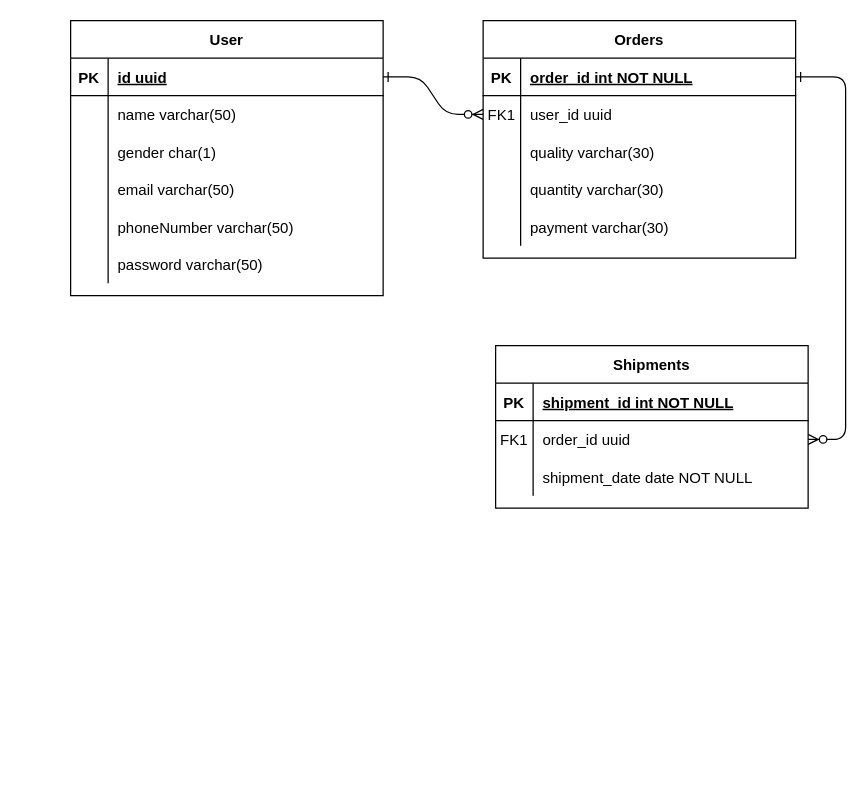
Above: src/main/resources/Untitled Diagram.drawio in IgiranezaMichel/gold-mining-app-backend (draw.io), before the change. Source tidied: cells renumbered, new cells numbered last; positions are measured from the earlier drawing's top-left corner, leaving out a move shared by most shapes. Both pictures are drawn from the tidied source at 125%, with x=0, y=0 at pixel (70, 20).
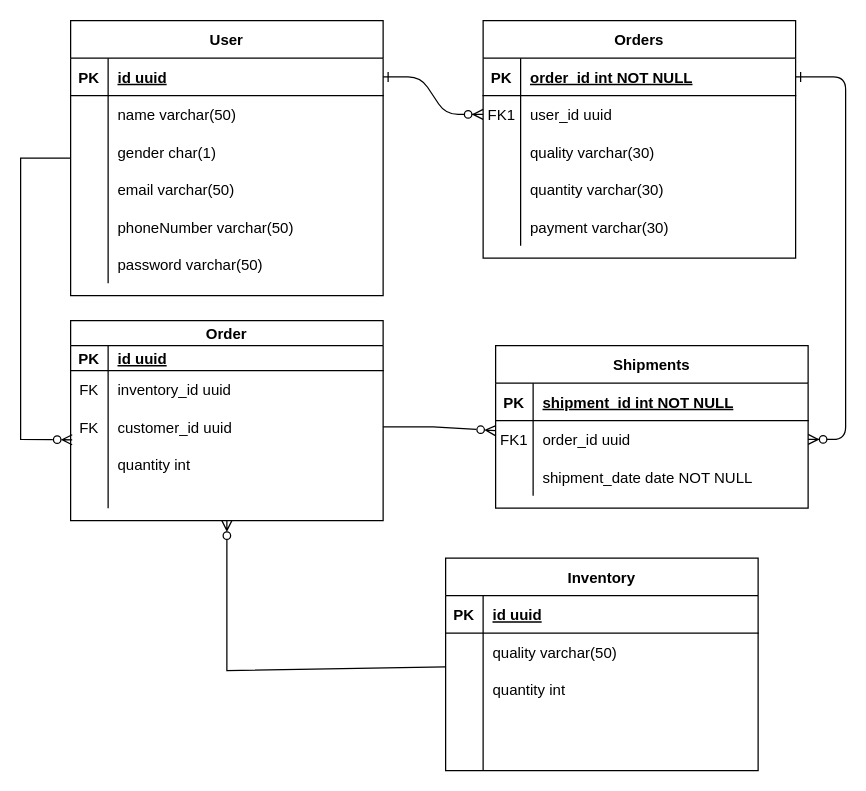
The same page after the edit.

Commit message:
finalize entities

The change refers to these unchanged cells:
```xml
<mxCell id="30" value="User" style="shape=table;startSize=30;childLayout=tableLayout;rowLines=0;fontStyle=1;align=center;" parent="1" vertex="1">
  <mxGeometry width="250" height="220" as="geometry" />
</mxCell>
```

Diff of the diagram source:
```diff
@@
+    <mxCell id="49" style="edgeStyle=none;rounded=0;jettySize=auto;html=1;endArrow=ERzeroToMany;endFill=0;" parent="1" edge="1" source="50" target="66">
+      <mxGeometry relative="1" as="geometry">
+        <Array as="points">
+          <mxPoint x="125" y="520" />
+        </Array>
+      </mxGeometry>
+    </mxCell>
+    <mxCell id="50" value="Inventory" style="shape=table;startSize=30;childLayout=tableLayout;rowLines=0;fontStyle=1;align=center;" parent="1" vertex="1">
+      <mxGeometry x="300" y="430" width="250" height="170" as="geometry" />
+    </mxCell>
+    <mxCell id="51" style="shape=partialRectangle;fillColor=none;top=0;left=0;right=0;bottom=1;" parent="50" vertex="1">
+      <mxGeometry y="30" width="250" height="30" as="geometry" />
+    </mxCell>
+    <mxCell id="52" value="PK" style="shape=partialRectangle;overflow=hidden;fillColor=none;top=0;left=0;bottom=0;right=0;fontStyle=1;" parent="51" vertex="1">
+      <mxGeometry width="30" height="30" as="geometry" />
+    </mxCell>
+    <mxCell id="53" value="id uuid" style="shape=partialRectangle;overflow=hidden;fillColor=none;top=0;left=0;bottom=0;right=0;align=left;spacingLeft=6;fontStyle=5;" parent="51" vertex="1">
+      <mxGeometry x="30" width="220" height="30" as="geometry" />
+    </mxCell>
+    <mxCell id="54" style="shape=partialRectangle;fillColor=none;top=0;left=0;right=0;bottom=0;" parent="50" vertex="1">
+      <mxGeometry y="60" width="250" height="30" as="geometry" />
+    </mxCell>
+    <mxCell id="55" style="shape=partialRectangle;overflow=hidden;fillColor=none;top=0;left=0;bottom=0;right=0;" parent="54" vertex="1">
+      <mxGeometry width="30" height="30" as="geometry" />
+    </mxCell>
+    <mxCell id="56" value="quality varchar(50)" style="shape=partialRectangle;overflow=hidden;fillColor=none;top=0;left=0;bottom=0;right=0;align=left;spacingLeft=6;" parent="54" vertex="1">
+      <mxGeometry x="30" width="220" height="30" as="geometry" />
+    </mxCell>
+    <mxCell id="57" style="shape=partialRectangle;fillColor=none;top=0;left=0;right=0;bottom=0;" parent="50" vertex="1">
+      <mxGeometry y="90" width="250" height="30" as="geometry" />
+    </mxCell>
+    <mxCell id="58" style="shape=partialRectangle;overflow=hidden;fillColor=none;top=0;left=0;bottom=0;right=0;" parent="57" vertex="1">
+      <mxGeometry width="30" height="30" as="geometry" />
+    </mxCell>
+    <mxCell id="59" value="quantity int" style="shape=partialRectangle;overflow=hidden;fillColor=none;top=0;left=0;bottom=0;right=0;align=left;spacingLeft=6;" parent="57" vertex="1">
+      <mxGeometry x="30" width="220" height="30" as="geometry" />
+    </mxCell>
+    <mxCell id="60" style="shape=partialRectangle;fillColor=none;top=0;left=0;right=0;bottom=0;" parent="50" vertex="1">
+      <mxGeometry y="120" width="250" height="30" as="geometry" />
+    </mxCell>
+    <mxCell id="61" style="shape=partialRectangle;overflow=hidden;fillColor=none;top=0;left=0;bottom=0;right=0;" parent="60" vertex="1">
+      <mxGeometry width="30" height="30" as="geometry" />
+    </mxCell>
+    <mxCell id="62" style="shape=partialRectangle;overflow=hidden;fillColor=none;top=0;left=0;bottom=0;right=0;align=left;spacingLeft=6;" parent="60" vertex="1">
+      <mxGeometry x="30" width="220" height="30" as="geometry" />
+    </mxCell>
+    <mxCell id="63" style="shape=partialRectangle;fillColor=none;top=0;left=0;right=0;bottom=0;" parent="50" vertex="1">
+      <mxGeometry y="150" width="250" height="20" as="geometry" />
+    </mxCell>
+    <mxCell id="64" style="shape=partialRectangle;overflow=hidden;fillColor=none;top=0;left=0;bottom=0;right=0;" parent="63" vertex="1">
+      <mxGeometry width="30" height="20" as="geometry" />
+    </mxCell>
+    <mxCell id="65" style="shape=partialRectangle;overflow=hidden;fillColor=none;top=0;left=0;bottom=0;right=0;align=left;spacingLeft=6;" parent="63" vertex="1">
+      <mxGeometry x="30" width="220" height="20" as="geometry" />
+    </mxCell>
+    <mxCell id="66" value="Order" style="shape=table;startSize=20;childLayout=tableLayout;rowLines=0;fontStyle=1;align=center;" parent="1" vertex="1">
+      <mxGeometry y="240" width="250" height="160" as="geometry" />
+    </mxCell>
+    <mxCell id="67" style="shape=partialRectangle;fillColor=none;top=0;left=0;right=0;bottom=1;" parent="66" vertex="1">
+      <mxGeometry y="20" width="250" height="20" as="geometry" />
+    </mxCell>
+    <mxCell id="68" value="PK" style="shape=partialRectangle;overflow=hidden;fillColor=none;top=0;left=0;bottom=0;right=0;fontStyle=1;" parent="67" vertex="1">
+      <mxGeometry width="30" height="20" as="geometry" />
+    </mxCell>
+    <mxCell id="69" value="id uuid" style="shape=partialRectangle;overflow=hidden;fillColor=none;top=0;left=0;bottom=0;right=0;align=left;spacingLeft=6;fontStyle=5;" parent="67" vertex="1">
+      <mxGeometry x="30" width="220" height="20" as="geometry" />
+    </mxCell>
+    <mxCell id="70" style="shape=partialRectangle;fillColor=none;top=0;left=0;right=0;bottom=0;" parent="66" vertex="1">
+      <mxGeometry y="40" width="250" height="30" as="geometry" />
+    </mxCell>
+    <mxCell id="71" value="FK" style="shape=partialRectangle;overflow=hidden;fillColor=none;top=0;left=0;bottom=0;right=0;" parent="70" vertex="1">
+      <mxGeometry width="30" height="30" as="geometry" />
+    </mxCell>
+    <mxCell id="72" value="inventory_id uuid" style="shape=partialRectangle;overflow=hidden;fillColor=none;top=0;left=0;bottom=0;right=0;align=left;spacingLeft=6;" parent="70" vertex="1">
+      <mxGeometry x="30" width="220" height="30" as="geometry" />
+    </mxCell>
+    <mxCell id="73" style="shape=partialRectangle;fillColor=none;points=[[0,0.5],[1,0.5]];portConstraint=eastwest;top=0;left=0;right=0;bottom=0;" parent="66" vertex="1">
+      <mxGeometry y="70" width="250" height="30" as="geometry" />
+    </mxCell>
+    <mxCell id="74" value="FK" style="shape=partialRectangle;overflow=hidden;fillColor=none;top=0;left=0;bottom=0;right=0;" parent="73" vertex="1">
+      <mxGeometry width="30" height="30" as="geometry" />
+    </mxCell>
+    <mxCell id="75" value="customer_id uuid" style="shape=partialRectangle;overflow=hidden;fillColor=none;top=0;left=0;bottom=0;right=0;align=left;spacingLeft=6;" parent="73" vertex="1">
+      <mxGeometry x="30" width="220" height="30" as="geometry" />
+    </mxCell>
+    <mxCell id="76" style="shape=partialRectangle;fillColor=none;top=0;left=0;right=0;bottom=0;" parent="66" vertex="1">
+      <mxGeometry y="100" width="250" height="30" as="geometry" />
+    </mxCell>
+    <mxCell id="77" style="shape=partialRectangle;overflow=hidden;fillColor=none;top=0;left=0;bottom=0;right=0;" parent="76" vertex="1">
+      <mxGeometry width="30" height="30" as="geometry" />
+    </mxCell>
+    <mxCell id="78" value="quantity int" style="shape=partialRectangle;overflow=hidden;fillColor=none;top=0;left=0;bottom=0;right=0;align=left;spacingLeft=6;" parent="76" vertex="1">
+      <mxGeometry x="30" width="220" height="30" as="geometry" />
+    </mxCell>
+    <mxCell id="79" style="shape=partialRectangle;fillColor=none;top=0;left=0;right=0;bottom=0;" parent="66" vertex="1">
+      <mxGeometry y="130" width="250" height="20" as="geometry" />
+    </mxCell>
+    <mxCell id="80" style="shape=partialRectangle;overflow=hidden;fillColor=none;top=0;left=0;bottom=0;right=0;" parent="79" vertex="1">
+      <mxGeometry width="30" height="20" as="geometry" />
+    </mxCell>
+    <mxCell id="81" style="shape=partialRectangle;overflow=hidden;fillColor=none;top=0;left=0;bottom=0;right=0;align=left;spacingLeft=6;" parent="79" vertex="1">
+      <mxGeometry x="30" width="220" height="20" as="geometry" />
+    </mxCell>
+    <mxCell id="82" style="edgeStyle=none;rounded=0;jettySize=auto;html=1;entryX=0.005;entryY=0.844;entryDx=0;entryDy=0;entryPerimeter=0;endArrow=ERzeroToMany;endFill=0;" parent="1" edge="1" source="30" target="73">
+      <mxGeometry relative="1" as="geometry">
+        <Array as="points">
+          <mxPoint x="-40" y="110" />
+          <mxPoint x="-40" y="335" />
+        </Array>
+      </mxGeometry>
+    </mxCell>
+    <mxCell id="83" style="edgeStyle=none;rounded=0;jettySize=auto;html=1;endArrow=ERzeroToMany;endFill=0;" parent="1" edge="1" source="73">
+      <mxGeometry relative="1" as="geometry">
+        <mxPoint x="340" y="328" as="targetPoint" />
+        <Array as="points">
+          <mxPoint x="290" y="325" />
+        </Array>
+      </mxGeometry>
+    </mxCell>
```
